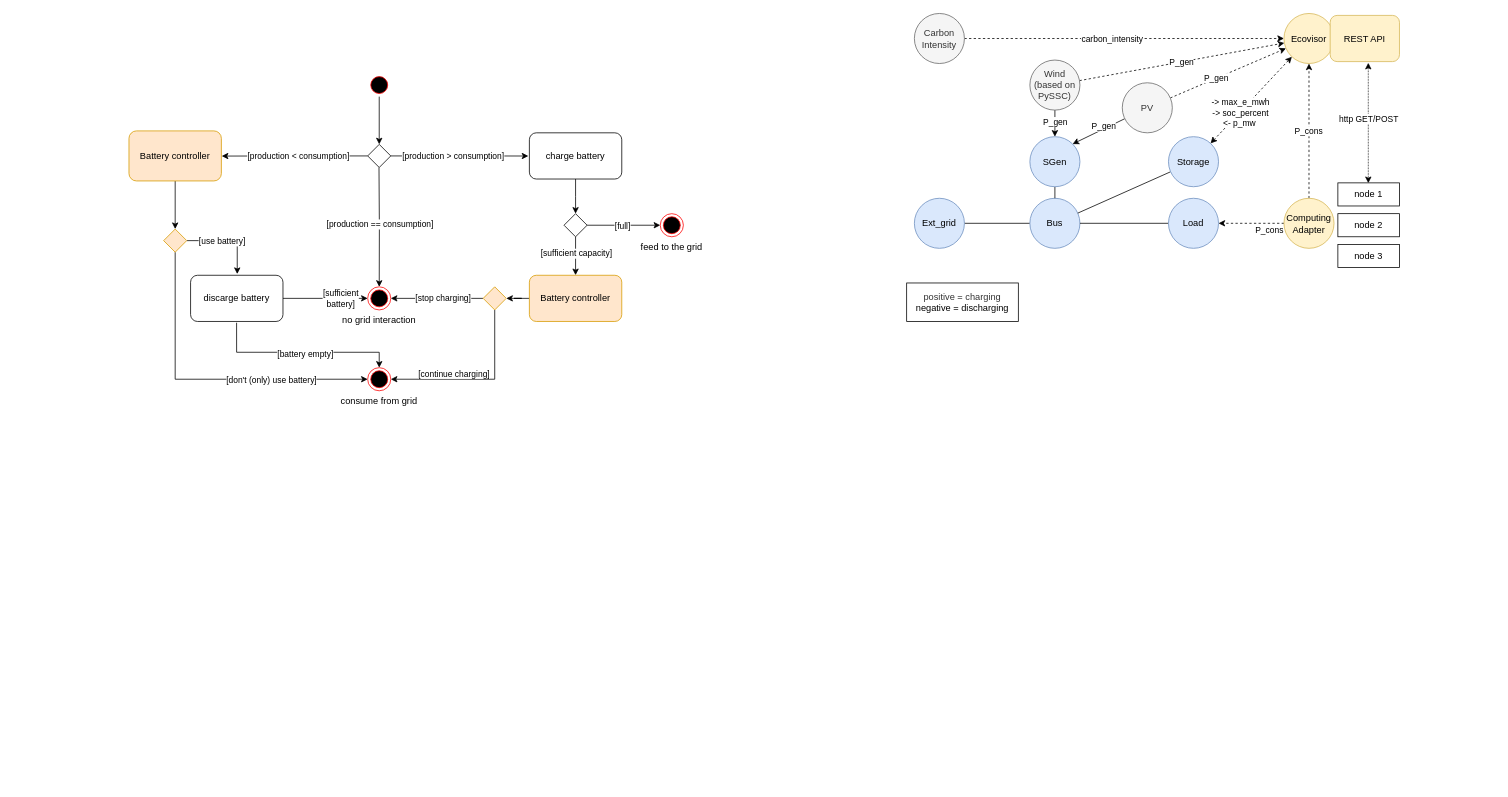
Earlier version of the draw.io diagram page "Page-1" (1 of 2) of activity_diagram.drawio (dos-group/vessim). Source tidied: cells renumbered, new cells numbered last; positions are measured from the earlier drawing's top-left corner, leaving out a move shared by most shapes. Both pictures are drawn from the tidied source at 77%, with x=0, y=0 at pixel (129, 13).
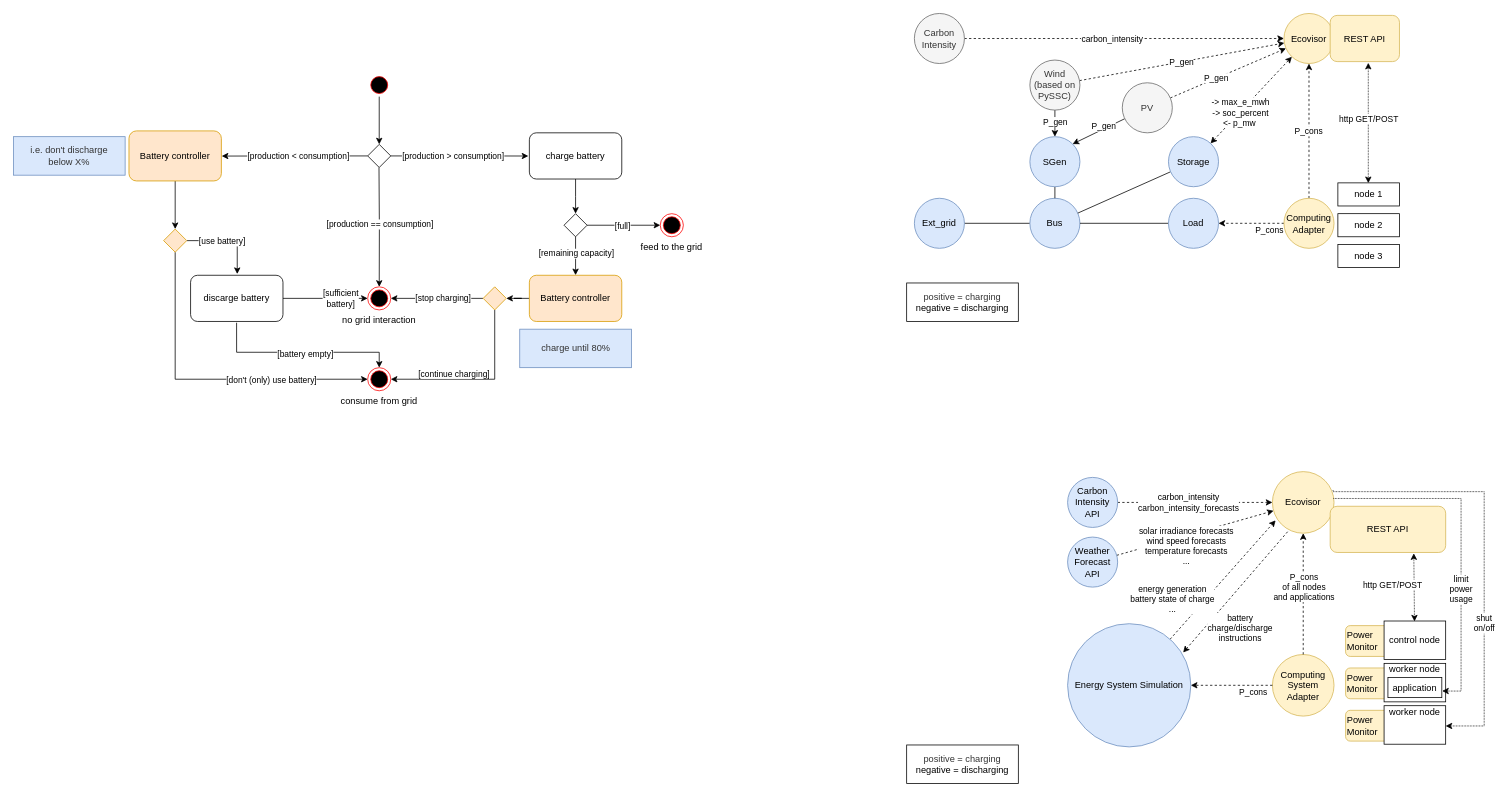
The same diagram, later.

The change refers to these unchanged cells:
```xml
<mxCell id="16" style="edgeStyle=orthogonalEdgeStyle;rounded=0;jettySize=auto;html=1;entryX=0.5;entryY=-0.002;entryDx=0;entryDy=0;entryPerimeter=0;" parent="1" edge="1" source="18" target="23">
  <mxGeometry relative="1" as="geometry" />
</mxCell>
```

Change to the diagram source:
```diff
@@
+    <mxCell id="76" value="Power&lt;br&gt;Monitor" style="rounded=1;whiteSpace=wrap;html=1;fillColor=#fff2cc;strokeColor=#d6b656;align=left;" parent="1" vertex="1">
+      <mxGeometry x="1580" y="905" width="60" height="40" as="geometry" />
+    </mxCell>
+    <mxCell id="77" value="Computing&lt;br&gt;System&lt;br&gt;Adapter" style="ellipse;whiteSpace=wrap;html=1;rounded=0;fillColor=#fff2cc;strokeColor=#d6b656;" parent="1" vertex="1">
+      <mxGeometry x="1485" y="832.5" width="80" height="80" as="geometry" />
+    </mxCell>
+    <mxCell id="78" value="Power&lt;br&gt;Monitor" style="rounded=1;whiteSpace=wrap;html=1;fillColor=#fff2cc;strokeColor=#d6b656;align=left;" parent="1" vertex="1">
+      <mxGeometry x="1580" y="850" width="60" height="40" as="geometry" />
+    </mxCell>
+    <mxCell id="79" value="Power&lt;br&gt;Monitor" style="rounded=1;whiteSpace=wrap;html=1;fillColor=#fff2cc;strokeColor=#d6b656;align=left;" parent="1" vertex="1">
+      <mxGeometry x="1580" y="795" width="60" height="40" as="geometry" />
+    </mxCell>
@@
-    <mxCell id="17" value="[sufficient capacity]" style="edgeLabel;html=1;align=center;verticalAlign=middle;" parent="16" vertex="1">
+    <mxCell id="17" value="[remaining capacity]" style="edgeLabel;html=1;align=center;verticalAlign=middle;" parent="16" vertex="1">
       <mxGeometry x="-0.14" relative="1" as="geometry" />
     </mxCell>
@@
+    <mxCell id="80" style="edgeStyle=none;rounded=0;jettySize=auto;html=1;dashed=1;startArrow=classic;startFill=1;endArrow=classic;endFill=1;exitX=0.494;exitY=0.012;exitDx=0;exitDy=0;exitPerimeter=0;entryX=0.724;entryY=1.018;entryDx=0;entryDy=0;entryPerimeter=0;dashPattern=1 1;" parent="1" edge="1" source="82" target="98">
+      <mxGeometry relative="1" as="geometry" />
+    </mxCell>
+    <mxCell id="81" value="http GET/POST" style="edgeLabel;html=1;align=center;verticalAlign=middle;" parent="80" vertex="1">
+      <mxGeometry x="0.08" relative="1" as="geometry">
+        <mxPoint x="-29" as="offset" />
+      </mxGeometry>
+    </mxCell>
+    <mxCell id="82" value="control node" style="rounded=0;whiteSpace=wrap;html=1;strokeWidth=1;shadow=0;spacing=1;labelBackgroundColor=none;" parent="1" vertex="1">
+      <mxGeometry x="1630" y="789" width="80" height="50" as="geometry" />
+    </mxCell>
+    <mxCell id="83" style="rounded=0;whiteSpace=wrap;html=1;" parent="1" vertex="1">
+      <mxGeometry x="1630" y="844" width="80" height="50" as="geometry" />
+    </mxCell>
+    <mxCell id="84" style="edgeStyle=orthogonalEdgeStyle;rounded=0;orthogonalLoop=1;jettySize=auto;html=1;endArrow=none;endFill=0;startArrow=none;startFill=0;" parent="1" edge="1">
+      <mxGeometry relative="1" as="geometry">
+        <mxPoint x="1170" y="872.5" as="targetPoint" />
+      </mxGeometry>
+    </mxCell>
+    <mxCell id="85" style="edgeStyle=orthogonalEdgeStyle;rounded=0;orthogonalLoop=1;jettySize=auto;html=1;endArrow=none;endFill=0;startArrow=none;startFill=0;" parent="1" edge="1">
+      <mxGeometry relative="1" as="geometry">
+        <mxPoint x="1350" y="872.5" as="sourcePoint" />
+      </mxGeometry>
+    </mxCell>
+    <mxCell id="86" style="rounded=0;jettySize=auto;html=1;endArrow=classic;endFill=1;dashed=1;" parent="1" edge="1" source="77" target="96">
+      <mxGeometry relative="1" as="geometry" />
+    </mxCell>
+    <mxCell id="87" value="P_cons&lt;br&gt;of all nodes&lt;br&gt;and applications" style="edgeLabel;html=1;align=center;verticalAlign=middle;" parent="86" vertex="1">
+      <mxGeometry y="1" relative="1" as="geometry">
+        <mxPoint x="1" y="-9" as="offset" />
+      </mxGeometry>
+    </mxCell>
+    <mxCell id="88" style="rounded=0;orthogonalLoop=1;jettySize=auto;html=1;endArrow=none;endFill=0;startArrow=none;startFill=0;" parent="1" edge="1">
+      <mxGeometry x="-0.08" relative="1" as="geometry">
+        <mxPoint x="1352.7" y="805.5" as="sourcePoint" />
+      </mxGeometry>
+    </mxCell>
+    <mxCell id="89" style="rounded=0;jettySize=auto;html=1;endArrow=classic;endFill=1;dashed=1;startArrow=none;startFill=0;entryX=0.052;entryY=0.791;entryDx=0;entryDy=0;entryPerimeter=0;" parent="1" edge="1" source="104" target="96">
+      <mxGeometry relative="1" as="geometry" />
+    </mxCell>
+    <mxCell id="90" value="energy generation&lt;br&gt;battery state of charge&lt;br&gt;..." style="edgeLabel;html=1;align=center;verticalAlign=middle;" parent="89" vertex="1">
+      <mxGeometry x="-0.79" relative="1" as="geometry">
+        <mxPoint x="-12" y="-36" as="offset" />
+      </mxGeometry>
+    </mxCell>
+    <mxCell id="91" style="edgeStyle=orthogonalEdgeStyle;rounded=0;jettySize=auto;html=1;endArrow=classic;endFill=1;startArrow=none;startFill=0;dashed=1;entryX=1;entryY=0.5;entryDx=0;entryDy=0;" parent="1" edge="1" source="77" target="104">
+      <mxGeometry relative="1" as="geometry" />
+    </mxCell>
+    <mxCell id="92" value="P_cons" style="edgeLabel;html=1;align=center;verticalAlign=middle;" parent="91" vertex="1">
+      <mxGeometry x="-0.46" relative="1" as="geometry">
+        <mxPoint x="3" y="8" as="offset" />
+      </mxGeometry>
+    </mxCell>
+    <mxCell id="93" style="edgeStyle=none;rounded=0;jettySize=auto;html=1;dashed=1;startArrow=none;startFill=0;endArrow=classic;endFill=1;" parent="1" edge="1" source="95" target="96">
+      <mxGeometry relative="1" as="geometry" />
+    </mxCell>
+    <mxCell id="94" value="carbon_intensity&lt;br&gt;carbon_intensity_forecasts" style="edgeLabel;html=1;align=center;verticalAlign=middle;" parent="93" vertex="1">
+      <mxGeometry x="-0.22" y="-3" relative="1" as="geometry">
+        <mxPoint x="13" y="-4" as="offset" />
+      </mxGeometry>
+    </mxCell>
+    <mxCell id="95" value="Carbon&lt;br&gt;Intensity&lt;br&gt;API" style="ellipse;whiteSpace=wrap;html=1;rounded=0;fillColor=#dae8fc;strokeColor=#6c8ebf;" parent="1" vertex="1">
+      <mxGeometry x="1219" y="602.5" width="65" height="65" as="geometry" />
+    </mxCell>
+    <mxCell id="96" value="Ecovisor" style="ellipse;whiteSpace=wrap;html=1;rounded=0;fillColor=#fff2cc;strokeColor=#d6b656;" parent="1" vertex="1">
+      <mxGeometry x="1485" y="595" width="80" height="80" as="geometry" />
+    </mxCell>
+    <mxCell id="97" value="&lt;span style=&quot;color: rgb(51, 51, 51);&quot;&gt;positive = charging&lt;br&gt;&lt;/span&gt;negative = discharging" style="rounded=0;whiteSpace=wrap;html=1;" parent="1" vertex="1">
+      <mxGeometry x="1010" y="950" width="145" height="50" as="geometry" />
+    </mxCell>
+    <mxCell id="98" value="REST API" style="rounded=1;whiteSpace=wrap;html=1;fillColor=#fff2cc;strokeColor=#d6b656;" parent="1" vertex="1">
+      <mxGeometry x="1560" y="640" width="150" height="60" as="geometry" />
+    </mxCell>
+    <mxCell id="99" style="edgeStyle=none;rounded=0;orthogonalLoop=1;jettySize=auto;html=1;startArrow=none;startFill=0;endArrow=none;endFill=0;entryX=0.5;entryY=0;entryDx=0;entryDy=0;" parent="1" edge="1">
+      <mxGeometry relative="1" as="geometry">
+        <mxPoint x="1202.5" y="840" as="targetPoint" />
+      </mxGeometry>
+    </mxCell>
+    <mxCell id="100" value="&lt;font color=&quot;#333333&quot;&gt;i.e. don't discharge&lt;br&gt;below X%&lt;/font&gt;" style="rounded=0;whiteSpace=wrap;html=1;fillColor=#dae8fc;strokeColor=#6c8ebf;" parent="1" vertex="1">
+      <mxGeometry x="-150" y="160" width="145" height="50" as="geometry" />
+    </mxCell>
+    <mxCell id="101" value="&lt;font color=&quot;#333333&quot;&gt;charge until 80%&lt;/font&gt;" style="rounded=0;whiteSpace=wrap;html=1;fillColor=#dae8fc;strokeColor=#6c8ebf;" parent="1" vertex="1">
+      <mxGeometry x="507.5" y="410" width="145" height="50" as="geometry" />
+    </mxCell>
+    <mxCell id="102" style="edgeStyle=none;rounded=0;jettySize=auto;html=1;dashed=1;startArrow=classic;startFill=1;endArrow=none;endFill=0;exitX=0.938;exitY=0.234;exitDx=0;exitDy=0;exitPerimeter=0;entryX=0.257;entryY=0.964;entryDx=0;entryDy=0;entryPerimeter=0;" parent="1" edge="1" source="104" target="96">
+      <mxGeometry relative="1" as="geometry" />
+    </mxCell>
+    <mxCell id="103" value="battery&lt;br&gt;charge/discharge&lt;br&gt;instructions" style="edgeLabel;html=1;align=center;verticalAlign=middle;" parent="102" vertex="1">
+      <mxGeometry x="0.08" relative="1" as="geometry">
+        <mxPoint y="53" as="offset" />
+      </mxGeometry>
+    </mxCell>
+    <mxCell id="104" value="Energy System Simulation" style="ellipse;whiteSpace=wrap;html=1;rounded=0;fillColor=#dae8fc;strokeColor=#6c8ebf;" parent="1" vertex="1">
+      <mxGeometry x="1219" y="792.5" width="160" height="160" as="geometry" />
+    </mxCell>
+    <mxCell id="105" style="edgeStyle=none;rounded=0;jettySize=auto;html=1;startArrow=none;startFill=0;endArrow=classic;endFill=1;dashed=1;" parent="1" edge="1" source="107" target="96">
+      <mxGeometry relative="1" as="geometry" />
+    </mxCell>
+    <mxCell id="106" value="solar irradiance forecasts&lt;br&gt;wind speed forecasts&lt;br&gt;temperature forecasts&lt;br&gt;..." style="edgeLabel;html=1;align=center;verticalAlign=middle;" parent="105" vertex="1">
+      <mxGeometry x="-0.13" y="-1" relative="1" as="geometry">
+        <mxPoint x="1" y="12" as="offset" />
+      </mxGeometry>
+    </mxCell>
+    <mxCell id="107" value="Weather&lt;br&gt;Forecast&lt;br&gt;API" style="ellipse;whiteSpace=wrap;html=1;rounded=0;fillColor=#dae8fc;strokeColor=#6c8ebf;" parent="1" vertex="1">
+      <mxGeometry x="1219" y="680" width="65" height="65" as="geometry" />
+    </mxCell>
+    <mxCell id="108" style="rounded=0;whiteSpace=wrap;html=1;" parent="1" vertex="1">
+      <mxGeometry x="1630" y="899" width="80" height="50" as="geometry" />
+    </mxCell>
+    <mxCell id="109" value="&lt;span style=&quot;color: rgb(0, 0, 0); font-family: Helvetica; font-size: 12px; font-style: normal; font-variant-ligatures: normal; font-variant-caps: normal; font-weight: 400; letter-spacing: normal; orphans: 2; text-indent: 0px; text-transform: none; widows: 2; word-spacing: 0px; -webkit-text-stroke-width: 0px; text-decoration-thickness: initial; text-decoration-style: initial; text-decoration-color: initial; float: none; display: inline !important;&quot;&gt;worker&amp;nbsp;&lt;/span&gt;&lt;span style=&quot;color: rgb(0, 0, 0); font-family: Helvetica; font-size: 12px; font-style: normal; font-variant-ligatures: normal; font-variant-caps: normal; font-weight: 400; letter-spacing: normal; orphans: 2; text-indent: 0px; text-transform: none; widows: 2; word-spacing: 0px; -webkit-text-stroke-width: 0px; text-decoration-thickness: initial; text-decoration-style: initial; text-decoration-color: initial; float: none; display: inline !important;&quot;&gt;node&lt;/span&gt;" style="text;whiteSpace=wrap;html=1;align=center;" parent="1" vertex="1">
+      <mxGeometry x="1630" y="838" width="80" height="30" as="geometry" />
+    </mxCell>
+    <mxCell id="110" value="application" style="rounded=0;whiteSpace=wrap;html=1;" parent="1" vertex="1">
+      <mxGeometry x="1635" y="862.5" width="70" height="26" as="geometry" />
+    </mxCell>
+    <mxCell id="111" style="edgeStyle=orthogonalEdgeStyle;rounded=0;jettySize=auto;html=1;dashed=1;startArrow=none;startFill=0;endArrow=classic;endFill=1;dashPattern=1 1;entryX=1.006;entryY=0.669;entryDx=0;entryDy=0;entryPerimeter=0;exitX=0.99;exitY=0.436;exitDx=0;exitDy=0;exitPerimeter=0;" parent="1" edge="1" source="96" target="110">
+      <mxGeometry relative="1" as="geometry">
+        <Array as="points">
+          <mxPoint x="1730" y="630" />
+          <mxPoint x="1730" y="880" />
+          <mxPoint x="1720" y="880" />
+        </Array>
+      </mxGeometry>
+    </mxCell>
+    <mxCell id="112" value="limit&lt;br&gt;power&lt;br&gt;usage" style="edgeLabel;html=1;align=center;verticalAlign=middle;" parent="111" vertex="1">
+      <mxGeometry x="-0.2" y="-1" relative="1" as="geometry">
+        <mxPoint y="107" as="offset" />
+      </mxGeometry>
+    </mxCell>
+    <mxCell id="113" style="edgeStyle=orthogonalEdgeStyle;rounded=0;jettySize=auto;html=1;entryX=0.999;entryY=0.526;entryDx=0;entryDy=0;entryPerimeter=0;dashed=1;startArrow=none;startFill=0;endArrow=classic;endFill=1;exitX=0.985;exitY=0.3;exitDx=0;exitDy=0;exitPerimeter=0;dashPattern=1 1;" parent="1" edge="1" source="96" target="108">
+      <mxGeometry relative="1" as="geometry">
+        <Array as="points">
+          <mxPoint x="1564" y="621" />
+          <mxPoint x="1760" y="621" />
+          <mxPoint x="1760" y="925" />
+        </Array>
+      </mxGeometry>
+    </mxCell>
+    <mxCell id="114" value="shut&lt;br&gt;on/off" style="edgeLabel;html=1;align=center;verticalAlign=middle;" parent="113" vertex="1">
+      <mxGeometry x="-0.2" y="-1" relative="1" as="geometry">
+        <mxPoint y="148" as="offset" />
+      </mxGeometry>
+    </mxCell>
+    <mxCell id="115" value="&lt;span style=&quot;color: rgb(0, 0, 0); font-family: Helvetica; font-size: 12px; font-style: normal; font-variant-ligatures: normal; font-variant-caps: normal; font-weight: 400; letter-spacing: normal; orphans: 2; text-indent: 0px; text-transform: none; widows: 2; word-spacing: 0px; -webkit-text-stroke-width: 0px; text-decoration-thickness: initial; text-decoration-style: initial; text-decoration-color: initial; float: none; display: inline !important;&quot;&gt;worker node&lt;/span&gt;" style="text;whiteSpace=wrap;html=1;align=center;fillColor=none;labelBackgroundColor=none;" parent="1" vertex="1">
+      <mxGeometry x="1630" y="894" width="80" height="40" as="geometry" />
+    </mxCell>
```
